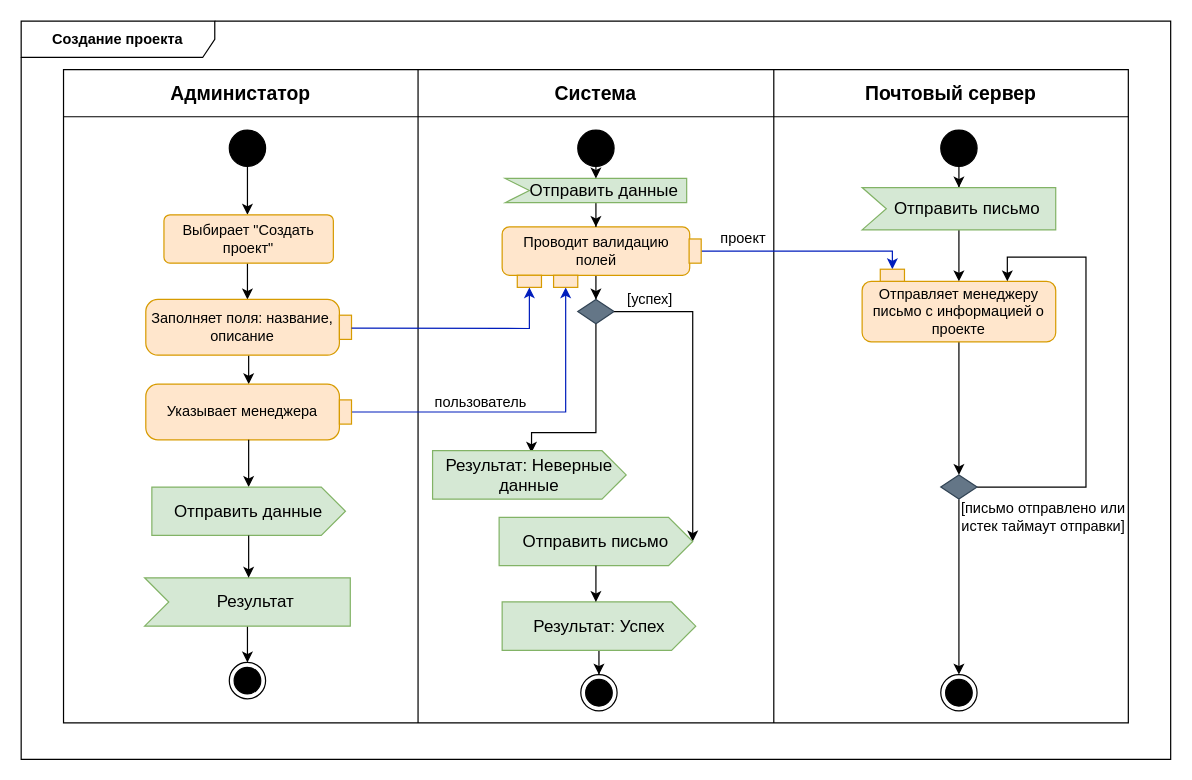
Before: docs/raw_diagrams/create_project.drawio in aVorotnikov/thunder_board, a draw.io diagram. Source tidied: cells renumbered, new cells numbered last; positions are measured from the earlier drawing's top-left corner, leaving out a move shared by most shapes. Both pictures are drawn from the tidied source at 121%, with x=0, y=0 at pixel (21, 21).
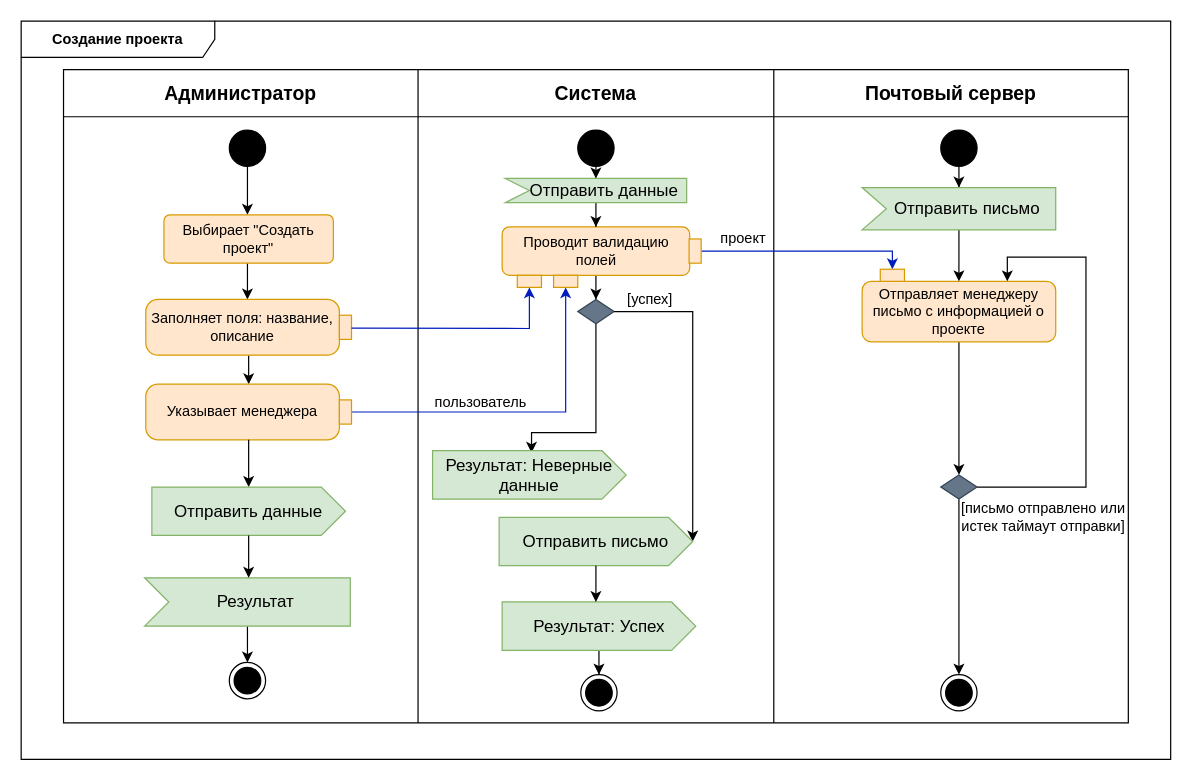
The same diagram, later.

Commit message (it also covers changes not shown here):
finally fixed diagram

The change refers to these unchanged cells:
```xml
<mxCell id="4" style="shape=tableRow;horizontal=0;startSize=0;swimlaneHead=0;swimlaneBody=0;strokeColor=inherit;top=0;left=0;bottom=0;right=0;fillColor=none;fontSize=16;" parent="3" vertex="1">
  <mxGeometry width="880" height="39" as="geometry" />
</mxCell>
```

The edit, as a diff of the source:
```diff
@@
-    <mxCell id="5" value="&lt;b&gt;Администатор&lt;/b&gt;" style="shape=partialRectangle;html=1;whiteSpace=wrap;strokeColor=inherit;overflow=hidden;fillColor=none;top=0;left=0;bottom=0;right=0;fontSize=16;" parent="4" vertex="1">
+    <mxCell id="5" value="&lt;b&gt;Администратор&lt;/b&gt;" style="shape=partialRectangle;html=1;whiteSpace=wrap;strokeColor=inherit;overflow=hidden;fillColor=none;top=0;left=0;bottom=0;right=0;fontSize=16;" parent="4" vertex="1">
       <mxGeometry width="293" height="39" as="geometry" />
     </mxCell>
```
